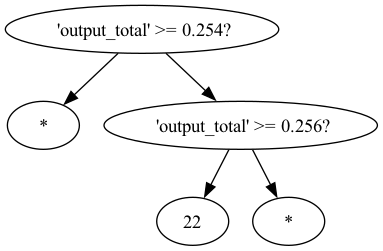
Earlier version of the Graphviz export pics/tree.png (linusheck/molehill). Its source is kept beside it as pics/tree.dot.
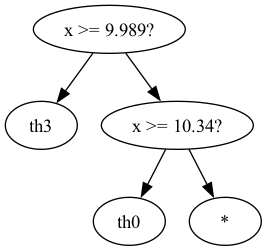
Above is the later version.

What changed in the source:
```diff
@@ -1,8 +1,8 @@
 digraph tree {
-    "0x0" [label=" 'output_total' >= 0.254?"];
-    "0x1" [label="*"];
-    "0x2" [label=" 'output_total' >= 0.256?"];
-    "0x3" [label="22"];
+    "0x0" [label="x >= 9.989?"];
+    "0x1" [label="th3"];
+    "0x2" [label="x >= 10.34?"];
+    "0x3" [label="th0"];
     "0x4" [label="*"];
     "0x0" -> "0x1";
     "0x0" -> "0x2";
```
